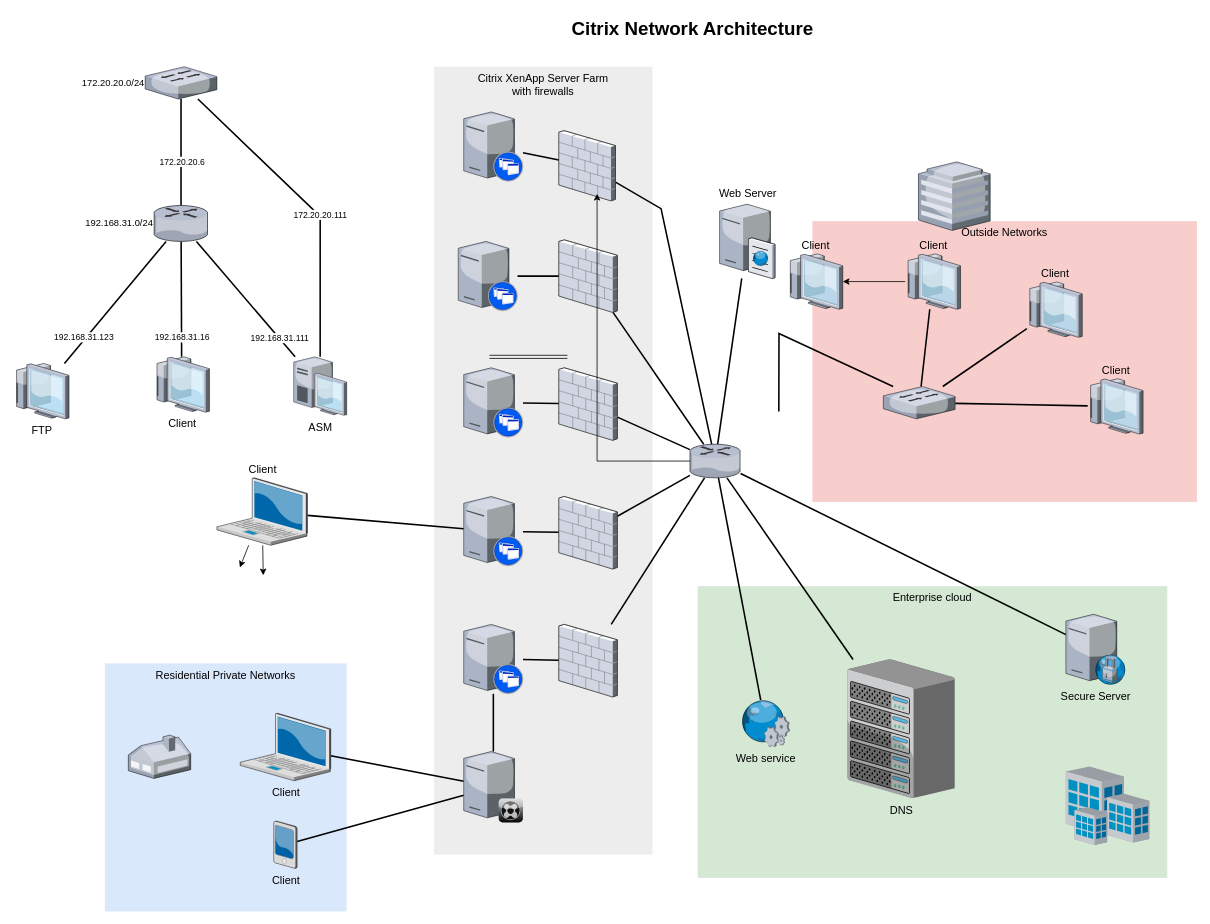
The draw.io diagram 未命名绘图.drawio in ares0516/drawio, before the edit. Source tidied: cells renumbered, new cells numbered last; positions are measured from the earlier drawing's top-left corner, leaving out a move shared by most shapes. Both pictures are drawn from the tidied source at 78%, with x=0, y=0 at pixel (13, 13).
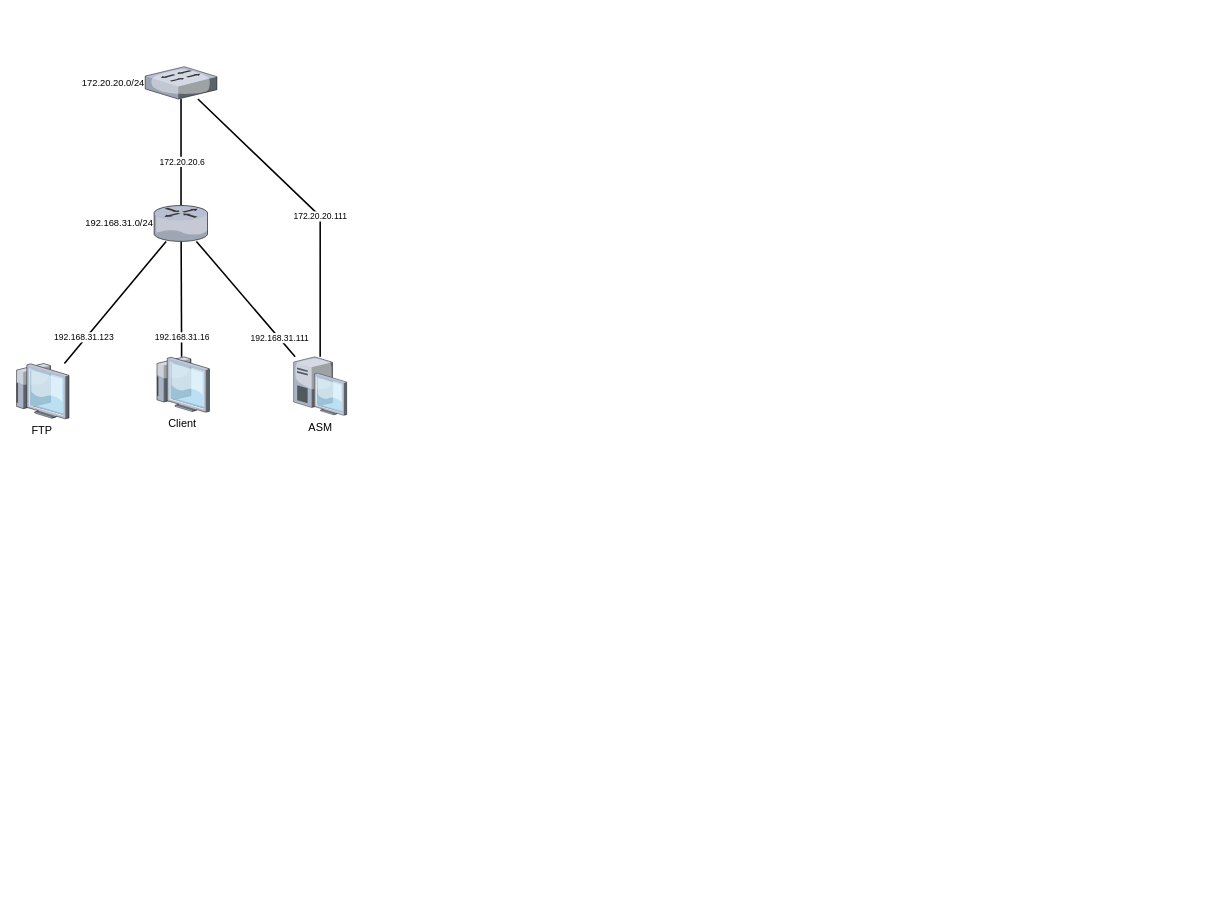
Above is the later version.

Commit message (it also covers changes not shown here):
更新未命名绘图.drawio

The change refers to these unchanged cells:
```xml
<mxCell id="14" style="edgeStyle=none;rounded=0;jettySize=auto;html=1;endArrow=none;endFill=0;strokeWidth=2;endSize=10;startSize=10;" parent="1" edge="1" source="16" target="75">
  <mxGeometry relative="1" as="geometry">
    <Array as="points">
      <mxPoint x="393" y="260" />
    </Array>
  </mxGeometry>
</mxCell>
```

What changed in the source:
```diff
@@
-    <mxCell id="2" value="Outside Networks" style="whiteSpace=wrap;html=1;fillColor=#f8cecc;fontSize=14;strokeColor=none;verticalAlign=top;" parent="1" vertex="1">
-      <mxGeometry x="1024" y="266" width="493" height="360" as="geometry" />
-    </mxCell>
-    <mxCell id="3" value="Enterprise cloud" style="whiteSpace=wrap;html=1;fillColor=#d5e8d4;fontSize=14;strokeColor=none;verticalAlign=top;" parent="1" vertex="1">
-      <mxGeometry x="877" y="734" width="602" height="374" as="geometry" />
-    </mxCell>
-    <mxCell id="4" value="Citrix XenApp Server Farm&lt;div&gt;with firewalls&lt;/div&gt;" style="whiteSpace=wrap;html=1;fillColor=#EDEDED;fontSize=14;strokeColor=none;verticalAlign=top;" parent="1" vertex="1">
-      <mxGeometry x="539" y="68" width="280" height="1010" as="geometry" />
-    </mxCell>
-    <mxCell id="5" value="Residential Private Networks" style="whiteSpace=wrap;html=1;fillColor=#dae8fc;fontSize=14;strokeColor=none;verticalAlign=top;" parent="1" vertex="1">
-      <mxGeometry x="117" y="833" width="310" height="318" as="geometry" />
-    </mxCell>
-    <mxCell id="6" style="edgeStyle=none;rounded=0;html=1;startSize=10;endSize=10;jettySize=auto;fontSize=14;endArrow=none;endFill=0;strokeWidth=2;" parent="1" edge="1" source="7" target="35">
-      <mxGeometry relative="1" as="geometry" />
-    </mxCell>
-    <mxCell id="7" value="Client" style="verticalLabelPosition=bottom;html=1;verticalAlign=top;strokeColor=none;shape=mxgraph.citrix.laptop_2;fillColor=#66B2FF;gradientColor=#0066CC;fontSize=14;" parent="1" vertex="1">
-      <mxGeometry x="290.5" y="897" width="116" height="86.5" as="geometry" />
-    </mxCell>
-    <mxCell id="8" style="edgeStyle=none;rounded=0;html=1;startSize=10;endSize=10;jettySize=auto;fontSize=14;endArrow=none;endFill=0;strokeWidth=2;" parent="1" edge="1" source="11" target="22">
-      <mxGeometry relative="1" as="geometry" />
-    </mxCell>
-    <mxCell id="9" style="edgeStyle=none;rounded=0;jettySize=auto;html=1;" parent="1" edge="1" source="11">
-      <mxGeometry relative="1" as="geometry">
-        <mxPoint x="320" y="720" as="targetPoint" />
-      </mxGeometry>
-    </mxCell>
-    <mxCell id="10" style="edgeStyle=none;rounded=0;jettySize=auto;html=1;" parent="1" edge="1" source="11">
-      <mxGeometry relative="1" as="geometry">
-        <mxPoint x="290" y="710" as="targetPoint" />
-      </mxGeometry>
-    </mxCell>
-    <mxCell id="11" value="Client" style="verticalLabelPosition=top;html=1;verticalAlign=bottom;strokeColor=none;shape=mxgraph.citrix.laptop_2;fillColor=#66B2FF;gradientColor=#0066CC;fontSize=14;horizontal=1;labelPosition=center;align=center;" parent="1" vertex="1">
-      <mxGeometry x="260.6" y="595.1" width="116" height="86.5" as="geometry" />
-    </mxCell>
@@
     <mxCell id="15" value="172.20.20.111" style="edgeLabel;html=1;align=center;verticalAlign=middle;" parent="14" vertex="1">
       <mxGeometry x="-0.09" y="-1" relative="1" as="geometry">
-        <mxPoint y="-1" as="offset" />
+        <mxPoint y="1" as="offset" />
       </mxGeometry>
     </mxCell>
@@
-    <mxCell id="17" style="edgeStyle=none;rounded=0;html=1;startSize=10;endSize=10;jettySize=auto;fontSize=14;endArrow=none;endFill=0;strokeWidth=2;" parent="1" edge="1" source="18" target="35">
-      <mxGeometry relative="1" as="geometry" />
-    </mxCell>
-    <mxCell id="18" value="Client" style="verticalLabelPosition=bottom;html=1;verticalAlign=top;strokeColor=none;shape=mxgraph.citrix.pda;fillColor=#66B2FF;gradientColor=#0066CC;fontSize=14;" parent="1" vertex="1">
-      <mxGeometry x="333.5" y="1035" width="30" height="61" as="geometry" />
-    </mxCell>
-    <mxCell id="19" style="edgeStyle=none;rounded=0;html=1;startSize=10;endSize=10;jettySize=auto;fontSize=14;endArrow=none;endFill=0;strokeWidth=2;" parent="1" edge="1" source="20" target="47">
-      <mxGeometry relative="1" as="geometry" />
-    </mxCell>
-    <mxCell id="20" style="verticalLabelPosition=bottom;html=1;verticalAlign=top;strokeColor=none;shape=mxgraph.citrix.xenapp_server;fillColor=#66B2FF;gradientColor=#0066CC;fontSize=14;" parent="1" vertex="1">
-      <mxGeometry x="577" y="783" width="76" height="89" as="geometry" />
-    </mxCell>
-    <mxCell id="21" style="edgeStyle=none;rounded=0;html=1;startSize=10;endSize=10;jettySize=auto;fontSize=14;endArrow=none;endFill=0;strokeWidth=2;" parent="1" edge="1" source="22" target="45">
-      <mxGeometry relative="1" as="geometry" />
-    </mxCell>
-    <mxCell id="22" style="verticalLabelPosition=bottom;html=1;verticalAlign=top;strokeColor=none;shape=mxgraph.citrix.xenapp_server;fillColor=#66B2FF;gradientColor=#0066CC;fontSize=14;" parent="1" vertex="1">
-      <mxGeometry x="577" y="619" width="76" height="89" as="geometry" />
-    </mxCell>
-    <mxCell id="23" style="edgeStyle=none;rounded=0;html=1;startSize=10;endSize=10;jettySize=auto;fontSize=14;endArrow=none;endFill=0;strokeWidth=2;" parent="1" edge="1" source="24" target="43">
-      <mxGeometry relative="1" as="geometry" />
-    </mxCell>
-    <mxCell id="24" style="verticalLabelPosition=bottom;html=1;verticalAlign=top;strokeColor=none;shape=mxgraph.citrix.xenapp_server;fillColor=#66B2FF;gradientColor=#0066CC;fontSize=14;" parent="1" vertex="1">
-      <mxGeometry x="577" y="454" width="76" height="89" as="geometry" />
-    </mxCell>
-    <mxCell id="25" style="edgeStyle=none;rounded=0;html=1;startSize=10;endSize=10;jettySize=auto;fontSize=14;endArrow=none;endFill=0;strokeWidth=2;" parent="1" edge="1" source="26" target="41">
-      <mxGeometry relative="1" as="geometry" />
-    </mxCell>
-    <mxCell id="26" style="verticalLabelPosition=bottom;html=1;verticalAlign=top;strokeColor=none;shape=mxgraph.citrix.xenapp_server;fillColor=#66B2FF;gradientColor=#0066CC;fontSize=14;" parent="1" vertex="1">
-      <mxGeometry x="570" y="292" width="76" height="89" as="geometry" />
-    </mxCell>
-    <mxCell id="27" style="edgeStyle=none;rounded=0;html=1;startSize=10;endSize=10;jettySize=auto;fontSize=14;endArrow=none;endFill=0;strokeWidth=2;" parent="1" edge="1" source="28" target="39">
-      <mxGeometry relative="1" as="geometry" />
-    </mxCell>
-    <mxCell id="28" style="verticalLabelPosition=bottom;html=1;verticalAlign=top;strokeColor=none;shape=mxgraph.citrix.xenapp_server;fillColor=#66B2FF;gradientColor=#0066CC;fontSize=14;" parent="1" vertex="1">
-      <mxGeometry x="577" y="126" width="76" height="89" as="geometry" />
-    </mxCell>
-    <mxCell id="29" style="edgeStyle=none;rounded=0;html=1;startSize=10;endSize=10;jettySize=auto;fontSize=14;endArrow=none;endFill=0;strokeWidth=2;" parent="1" edge="1" source="33" target="37">
-      <mxGeometry relative="1" as="geometry" />
-    </mxCell>
-    <mxCell id="30" style="edgeStyle=none;rounded=0;html=1;startSize=10;endSize=10;jettySize=auto;fontSize=14;endArrow=none;endFill=0;strokeWidth=2;" parent="1" edge="1" source="33" target="36">
-      <mxGeometry relative="1" as="geometry" />
-    </mxCell>
-    <mxCell id="31" style="edgeStyle=none;rounded=0;html=1;jettySize=auto;orthogonalLoop=1;fontSize=14;endArrow=none;endFill=0;strokeWidth=2;" parent="1" edge="1">
-      <mxGeometry relative="1" as="geometry">
-        <mxPoint x="981" y="510" as="sourcePoint" />
-        <mxPoint x="1127.5" y="478" as="targetPoint" />
-        <Array as="points">
-          <mxPoint x="981.2" y="410" />
-        </Array>
-      </mxGeometry>
-    </mxCell>
-    <mxCell id="32" style="edgeStyle=none;rounded=0;html=1;startSize=10;endSize=10;jettySize=auto;fontSize=14;endArrow=none;endFill=0;strokeWidth=2;" parent="1" edge="1" source="33" target="50">
-      <mxGeometry relative="1" as="geometry" />
-    </mxCell>
-    <mxCell id="33" style="verticalLabelPosition=bottom;html=1;verticalAlign=top;strokeColor=none;shape=mxgraph.citrix.router;fillColor=#66B2FF;gradientColor=#0066CC;fontSize=14;" parent="1" vertex="1">
-      <mxGeometry x="867" y="552" width="65" height="43.1" as="geometry" />
-    </mxCell>
-    <mxCell id="34" style="edgeStyle=none;rounded=0;html=1;startSize=10;endSize=10;jettySize=auto;fontSize=14;endArrow=none;endFill=0;strokeWidth=2;" parent="1" edge="1" source="35" target="20">
-      <mxGeometry relative="1" as="geometry" />
-    </mxCell>
-    <mxCell id="35" style="verticalLabelPosition=bottom;html=1;verticalAlign=top;strokeColor=none;shape=mxgraph.citrix.xenclient_synchronizer;fillColor=#CCCCCC;gradientColor=#000000;gradientDirection=south;fontSize=14;" parent="1" vertex="1">
-      <mxGeometry x="577" y="946" width="76" height="91" as="geometry" />
-    </mxCell>
-    <mxCell id="36" value="Web Server" style="verticalLabelPosition=top;html=1;verticalAlign=bottom;strokeColor=none;shape=mxgraph.citrix.cache_server;fillColor=#66B2FF;gradientColor=#0066CC;fontSize=14;labelPosition=center;align=center;" parent="1" vertex="1">
-      <mxGeometry x="905" y="242" width="71" height="97.5" as="geometry" />
-    </mxCell>
-    <mxCell id="37" value="DNS" style="verticalLabelPosition=bottom;html=1;verticalAlign=top;strokeColor=none;shape=mxgraph.citrix.chassis;fillColor=#66B2FF;gradientColor=#0066CC;fontSize=14;" parent="1" vertex="1">
-      <mxGeometry x="1069" y="828" width="137.5" height="177.5" as="geometry" />
-    </mxCell>
-    <mxCell id="38" style="edgeStyle=none;rounded=0;html=1;startSize=10;endSize=10;jettySize=auto;fontSize=14;endArrow=none;endFill=0;strokeWidth=2;" parent="1" edge="1" source="39" target="33">
-      <mxGeometry relative="1" as="geometry">
-        <Array as="points">
-          <mxPoint x="830" y="250" />
-        </Array>
-      </mxGeometry>
-    </mxCell>
-    <mxCell id="39" style="verticalLabelPosition=bottom;html=1;verticalAlign=top;strokeColor=none;shape=mxgraph.citrix.firewall;fillColor=#66B2FF;gradientColor=#0066CC;fontSize=14;" parent="1" vertex="1">
-      <mxGeometry x="699" y="150" width="72.6" height="90" as="geometry" />
-    </mxCell>
-    <mxCell id="40" style="edgeStyle=none;rounded=0;html=1;startSize=10;endSize=10;jettySize=auto;fontSize=14;endArrow=none;endFill=0;strokeWidth=2;" parent="1" edge="1" source="41" target="33">
-      <mxGeometry relative="1" as="geometry" />
-    </mxCell>
-    <mxCell id="41" style="verticalLabelPosition=bottom;html=1;verticalAlign=top;strokeColor=none;shape=mxgraph.citrix.firewall;fillColor=#66B2FF;gradientColor=#0066CC;fontSize=14;" parent="1" vertex="1">
-      <mxGeometry x="699" y="290" width="75" height="93" as="geometry" />
-    </mxCell>
-    <mxCell id="42" style="edgeStyle=none;rounded=0;html=1;startSize=10;endSize=10;jettySize=auto;fontSize=14;endArrow=none;endFill=0;strokeWidth=2;" parent="1" edge="1" source="43" target="33">
-      <mxGeometry relative="1" as="geometry" />
-    </mxCell>
-    <mxCell id="43" style="verticalLabelPosition=bottom;html=1;verticalAlign=top;strokeColor=none;shape=mxgraph.citrix.firewall;fillColor=#66B2FF;gradientColor=#0066CC;fontSize=14;" parent="1" vertex="1">
-      <mxGeometry x="699" y="454" width="75" height="93" as="geometry" />
-    </mxCell>
-    <mxCell id="44" style="edgeStyle=none;rounded=0;html=1;startSize=10;endSize=10;jettySize=auto;fontSize=14;endArrow=none;endFill=0;strokeWidth=2;" parent="1" edge="1" source="45" target="33">
-      <mxGeometry relative="1" as="geometry" />
-    </mxCell>
-    <mxCell id="45" style="verticalLabelPosition=bottom;html=1;verticalAlign=top;strokeColor=none;shape=mxgraph.citrix.firewall;fillColor=#66B2FF;gradientColor=#0066CC;fontSize=14;" parent="1" vertex="1">
-      <mxGeometry x="699" y="619" width="75" height="93" as="geometry" />
-    </mxCell>
-    <mxCell id="46" style="edgeStyle=none;rounded=0;html=1;startSize=10;endSize=10;jettySize=auto;fontSize=14;endArrow=none;endFill=0;strokeWidth=2;" parent="1" edge="1" source="47" target="33">
-      <mxGeometry relative="1" as="geometry" />
-    </mxCell>
-    <mxCell id="47" style="verticalLabelPosition=bottom;html=1;verticalAlign=top;strokeColor=none;shape=mxgraph.citrix.firewall;fillColor=#66B2FF;gradientColor=#0066CC;fontSize=14;" parent="1" vertex="1">
-      <mxGeometry x="699" y="783" width="75" height="93" as="geometry" />
-    </mxCell>
-    <mxCell id="48" style="verticalLabelPosition=bottom;html=1;verticalAlign=top;strokeColor=none;shape=mxgraph.citrix.home_office;fillColor=#66B2FF;gradientColor=#0066CC;fontSize=14;" parent="1" vertex="1">
-      <mxGeometry x="147" y="925" width="80" height="55.5" as="geometry" />
-    </mxCell>
-    <mxCell id="49" style="verticalLabelPosition=bottom;html=1;verticalAlign=top;strokeColor=none;shape=mxgraph.citrix.hq_enterprise;fillColor=#66B2FF;gradientColor=#0066CC;fontSize=14;" parent="1" vertex="1">
-      <mxGeometry x="1160" y="190" width="92" height="88" as="geometry" />
-    </mxCell>
-    <mxCell id="50" value="Secure Server" style="verticalLabelPosition=bottom;html=1;verticalAlign=top;strokeColor=none;shape=mxgraph.citrix.proxy_server;fillColor=#66B2FF;gradientColor=#0066CC;fontSize=14;" parent="1" vertex="1">
-      <mxGeometry x="1349" y="770" width="76.5" height="90" as="geometry" />
-    </mxCell>
-    <mxCell id="51" style="edgeStyle=none;rounded=0;html=1;startSize=10;endSize=10;jettySize=auto;fontSize=14;endArrow=none;endFill=0;strokeWidth=2;" parent="1" edge="1" source="54" target="58">
-      <mxGeometry relative="1" as="geometry" />
-    </mxCell>
-    <mxCell id="52" style="edgeStyle=none;rounded=0;html=1;startSize=10;endSize=10;jettySize=auto;fontSize=14;endArrow=none;endFill=0;strokeWidth=2;" parent="1" edge="1" source="54" target="56">
-      <mxGeometry relative="1" as="geometry" />
-    </mxCell>
-    <mxCell id="53" style="edgeStyle=none;rounded=0;html=1;startSize=10;endSize=10;jettySize=auto;fontSize=14;endArrow=none;endFill=0;strokeWidth=2;" parent="1" edge="1" source="54" target="55">
-      <mxGeometry relative="1" as="geometry" />
-    </mxCell>
-    <mxCell id="54" style="verticalLabelPosition=bottom;html=1;verticalAlign=top;strokeColor=none;shape=mxgraph.citrix.switch;fillColor=#66B2FF;gradientColor=#0066CC;fontSize=14;" parent="1" vertex="1">
-      <mxGeometry x="1115" y="478" width="92" height="41.5" as="geometry" />
-    </mxCell>
-    <mxCell id="55" value="Client" style="verticalLabelPosition=top;html=1;verticalAlign=bottom;strokeColor=none;shape=mxgraph.citrix.thin_client;fillColor=#66B2FF;gradientColor=#0066CC;fontSize=14;labelPosition=center;align=center;" parent="1" vertex="1">
-      <mxGeometry x="1377" y="468" width="71" height="71" as="geometry" />
-    </mxCell>
-    <mxCell id="56" value="Client" style="verticalLabelPosition=top;html=1;verticalAlign=bottom;strokeColor=none;shape=mxgraph.citrix.thin_client;fillColor=#66B2FF;gradientColor=#0066CC;fontSize=14;labelPosition=center;align=center;" parent="1" vertex="1">
-      <mxGeometry x="1299" y="344" width="71" height="71" as="geometry" />
-    </mxCell>
-    <mxCell id="57" style="edgeStyle=none;rounded=0;jettySize=auto;html=1;" parent="1" edge="1" source="58" target="65">
-      <mxGeometry relative="1" as="geometry" />
-    </mxCell>
-    <mxCell id="58" value="Client" style="verticalLabelPosition=top;html=1;verticalAlign=bottom;strokeColor=none;shape=mxgraph.citrix.thin_client;fillColor=#66B2FF;gradientColor=#0066CC;fontSize=14;labelPosition=center;align=center;" parent="1" vertex="1">
-      <mxGeometry x="1143" y="308" width="71" height="71" as="geometry" />
-    </mxCell>
-    <mxCell id="59" style="edgeStyle=none;rounded=0;html=1;startSize=10;endSize=10;jettySize=auto;fontSize=14;endArrow=none;endFill=0;strokeWidth=2;" parent="1" edge="1" source="60" target="33">
-      <mxGeometry relative="1" as="geometry" />
-    </mxCell>
-    <mxCell id="60" value="Web service" style="verticalLabelPosition=bottom;html=1;verticalAlign=top;strokeColor=none;shape=mxgraph.citrix.web_service;fillColor=#66B2FF;gradientColor=#0066CC;fontSize=14;" parent="1" vertex="1">
-      <mxGeometry x="932" y="880" width="63" height="60" as="geometry" />
-    </mxCell>
-    <mxCell id="61" style="verticalLabelPosition=bottom;html=1;verticalAlign=top;strokeColor=none;shape=mxgraph.citrix.site;fillColor=#66B2FF;gradientColor=#0066CC;fontSize=14;" parent="1" vertex="1">
-      <mxGeometry x="1349" y="965" width="107" height="101" as="geometry" />
-    </mxCell>
-    <mxCell id="62" value="Citrix Network Architecture" style="text;strokeColor=none;fillColor=none;html=1;fontSize=24;fontStyle=1;verticalAlign=middle;align=center;" parent="1" vertex="1">
-      <mxGeometry x="439" width="861" height="40" as="geometry" />
-    </mxCell>
-    <mxCell id="63" style="edgeStyle=orthogonalEdgeStyle;rounded=0;jettySize=auto;html=1;entryX=0.675;entryY=0.9;entryDx=0;entryDy=0;entryPerimeter=0;" parent="1" edge="1" source="33" target="39">
-      <mxGeometry relative="1" as="geometry" />
-    </mxCell>
-    <mxCell id="64" style="shape=link;html=1;rounded=0;" parent="1" edge="1">
-      <mxGeometry relative="1" as="geometry">
-        <mxPoint x="610" y="440" as="sourcePoint" />
-        <mxPoint x="710" y="440" as="targetPoint" />
-      </mxGeometry>
-    </mxCell>
-    <mxCell id="65" value="Client" style="verticalLabelPosition=top;html=1;verticalAlign=bottom;strokeColor=none;shape=mxgraph.citrix.thin_client;fillColor=#66B2FF;gradientColor=#0066CC;fontSize=14;labelPosition=center;align=center;" parent="1" vertex="1">
-      <mxGeometry x="992" y="308" width="71" height="71" as="geometry" />
-    </mxCell>
```
